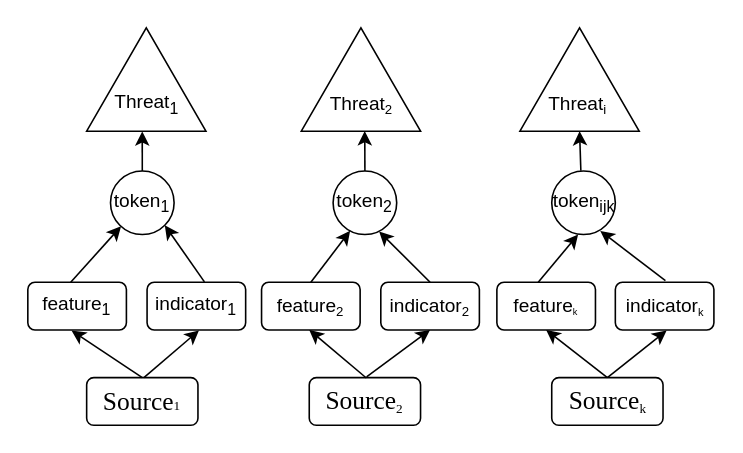
Above: Распространитель вредоносной информации.drawio in LidiaISKIN/ISKIN (draw.io), before the change. Source tidied: cells renumbered, new cells numbered last; positions are measured from the earlier drawing's top-left corner, leaving out a move shared by most shapes. Both pictures are drawn from the tidied source at 159%, with x=0, y=0 at pixel (27, 19).
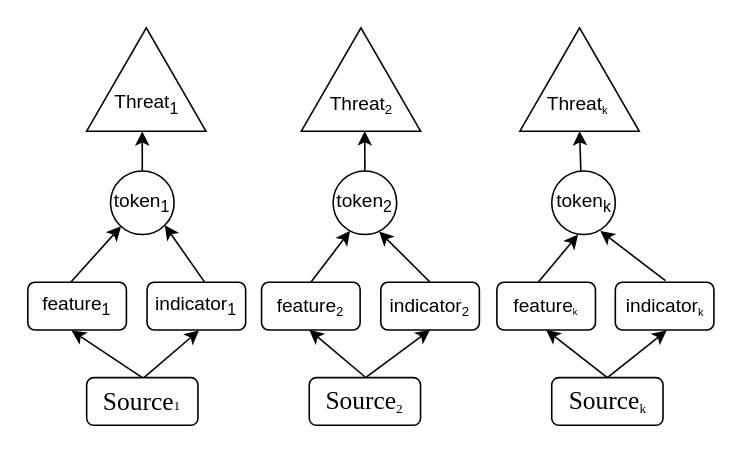
After the change.

The change refers to these unchanged cells:
```xml
<mxCell id="14" style="group;" parent="1" vertex="1">
  <mxGeometry x="314.5" y="5" width="70" height="70" as="geometry" />
</mxCell>
```

Change to the diagram source:
```diff
@@
-    <mxCell id="7" value="token&lt;sub&gt;ijk&lt;/sub&gt;" style="ellipse;whiteSpace=wrap;html=1;" parent="1" vertex="1">
+    <mxCell id="7" value="token&lt;sub&gt;k&lt;/sub&gt;" style="ellipse;whiteSpace=wrap;html=1;" parent="1" vertex="1">
       <mxGeometry x="329.5" y="95" width="40" height="40" as="geometry" />
     </mxCell>
@@
-    <mxCell id="16" value="Threat&lt;span style=&quot;font-size: 10px&quot;&gt;&lt;sub&gt;i&lt;/sub&gt;&lt;/span&gt;" style="text;html=1;strokeColor=none;fillColor=none;align=center;verticalAlign=middle;whiteSpace=wrap;rounded=0;" parent="14" vertex="1">
+    <mxCell id="16" value="Threat&lt;span style=&quot;font-size: 8.33333px&quot;&gt;&lt;sub&gt;k&lt;/sub&gt;&lt;/span&gt;" style="text;html=1;strokeColor=none;fillColor=none;align=center;verticalAlign=middle;whiteSpace=wrap;rounded=0;" parent="14" vertex="1">
       <mxGeometry x="12.5" y="35" width="37.5" height="25" as="geometry" />
     </mxCell>
```
